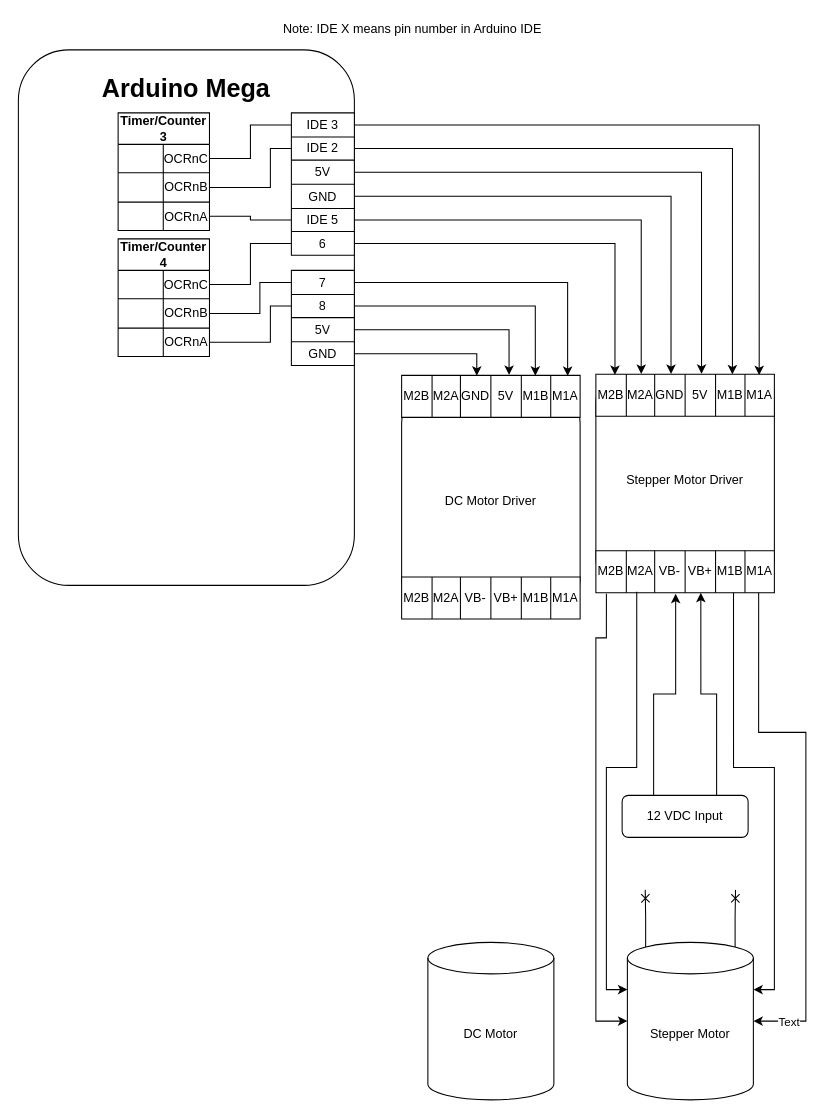
Before: Untitled Diagram.drawio in anthonybuo/TheComoonicators, a draw.io diagram. Source tidied: cells renumbered, new cells numbered last; positions are measured from the earlier drawing's top-left corner, leaving out a move shared by most shapes. Both pictures are drawn from the tidied source at 105%, with x=0, y=0 at pixel (18, 18).
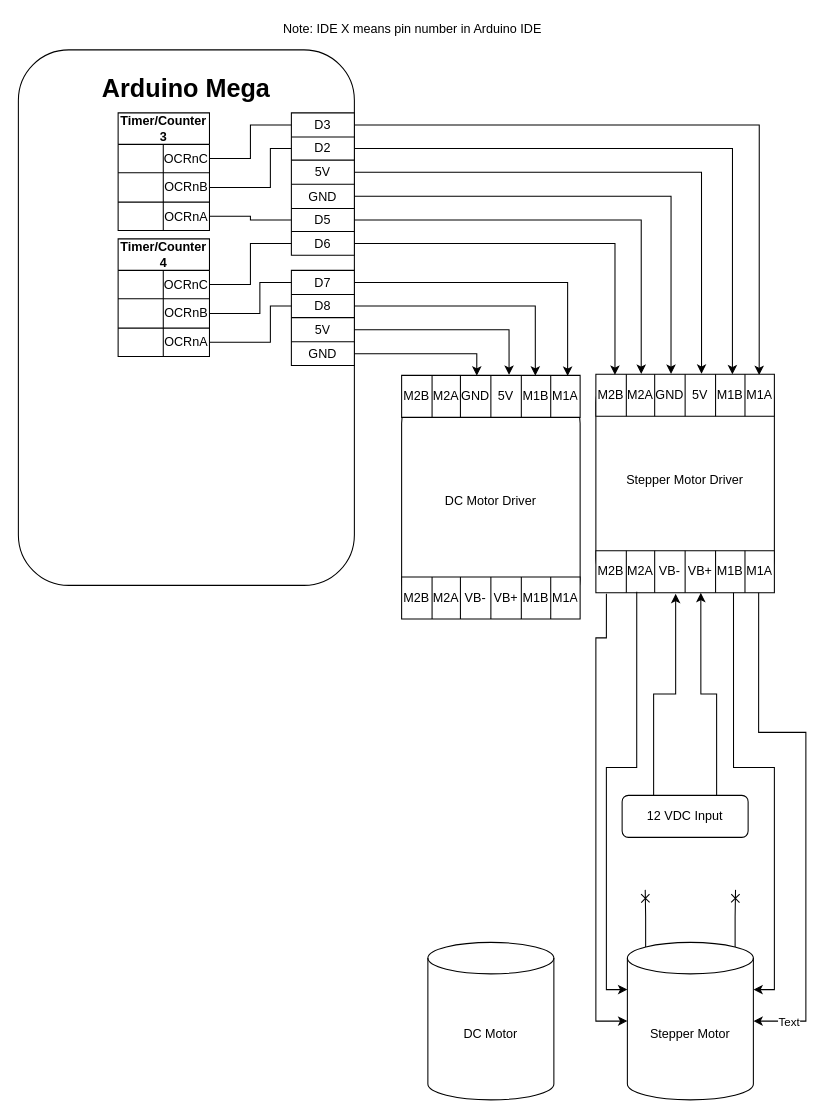
The same page after the edit.

Commit message:
fixed pin numbering

The change refers to these unchanged cells:
```xml
<mxCell id="10" style="shape=partialRectangle;html=1;whiteSpace=wrap;fillColor=none;top=0;left=0;bottom=0;right=0;points=[[0,0.5],[1,0.5]];portConstraint=eastwest;" parent="9" vertex="1">
  <mxGeometry width="60" height="23" as="geometry" />
</mxCell>
<mxCell id="12" style="shape=partialRectangle;html=1;whiteSpace=wrap;fillColor=none;top=0;left=0;bottom=0;right=0;points=[[0,0.5],[1,0.5]];portConstraint=eastwest;" parent="9" vertex="1">
  <mxGeometry y="23" width="60" height="22" as="geometry" />
</mxCell>
<mxCell id="18" style="shape=partialRectangle;html=1;whiteSpace=wrap;fillColor=none;top=0;left=0;bottom=0;right=0;points=[[0,0.5],[1,0.5]];portConstraint=eastwest;" parent="9" vertex="1">
  <mxGeometry y="91" width="60" height="22" as="geometry" />
</mxCell>
<mxCell id="20" style="shape=partialRectangle;html=1;whiteSpace=wrap;fillColor=none;top=0;left=0;bottom=0;right=0;points=[[0,0.5],[1,0.5]];portConstraint=eastwest;" parent="9" vertex="1">
  <mxGeometry y="113" width="60" height="23" as="geometry" />
</mxCell>
<mxCell id="23" style="shape=partialRectangle;html=1;whiteSpace=wrap;fillColor=none;top=0;left=0;bottom=0;right=0;points=[[0,0.5],[1,0.5]];portConstraint=eastwest;" parent="22" vertex="1">
  <mxGeometry width="60" height="23" as="geometry" />
</mxCell>
<mxCell id="25" style="shape=partialRectangle;html=1;whiteSpace=wrap;fillColor=none;top=0;left=0;bottom=0;right=0;points=[[0,0.5],[1,0.5]];portConstraint=eastwest;" parent="22" vertex="1">
  <mxGeometry y="23" width="60" height="22" as="geometry" />
</mxCell>
```

Diff of the diagram source:
```diff
@@
-    <mxCell id="11" value="IDE 3" style="shape=partialRectangle;html=1;whiteSpace=wrap;fillColor=none;top=0;left=0;bottom=0;right=0;overflow=hidden;" parent="10" vertex="1">
+    <mxCell id="11" value="D3" style="shape=partialRectangle;html=1;whiteSpace=wrap;fillColor=none;top=0;left=0;bottom=0;right=0;overflow=hidden;" parent="10" vertex="1">
       <mxGeometry width="60" height="23" as="geometry" />
     </mxCell>
@@
-    <mxCell id="13" value="IDE 2" style="shape=partialRectangle;html=1;whiteSpace=wrap;fillColor=none;top=0;left=0;bottom=0;right=0;overflow=hidden;" parent="12" vertex="1">
+    <mxCell id="13" value="D2" style="shape=partialRectangle;html=1;whiteSpace=wrap;fillColor=none;top=0;left=0;bottom=0;right=0;overflow=hidden;" parent="12" vertex="1">
       <mxGeometry width="60" height="22" as="geometry" />
     </mxCell>
@@
-    <mxCell id="19" value="IDE 5" style="shape=partialRectangle;html=1;whiteSpace=wrap;fillColor=none;top=0;left=0;bottom=0;right=0;overflow=hidden;" parent="18" vertex="1">
+    <mxCell id="19" value="D5" style="shape=partialRectangle;html=1;whiteSpace=wrap;fillColor=none;top=0;left=0;bottom=0;right=0;overflow=hidden;" parent="18" vertex="1">
       <mxGeometry width="60" height="22" as="geometry" />
     </mxCell>
@@
-    <mxCell id="21" value="6" style="shape=partialRectangle;html=1;whiteSpace=wrap;fillColor=none;top=0;left=0;bottom=0;right=0;overflow=hidden;" parent="20" vertex="1">
+    <mxCell id="21" value="D6" style="shape=partialRectangle;html=1;whiteSpace=wrap;fillColor=none;top=0;left=0;bottom=0;right=0;overflow=hidden;" parent="20" vertex="1">
       <mxGeometry width="60" height="23" as="geometry" />
     </mxCell>
@@
-    <mxCell id="24" value="7" style="shape=partialRectangle;html=1;whiteSpace=wrap;fillColor=none;top=0;left=0;bottom=0;right=0;overflow=hidden;" parent="23" vertex="1">
+    <mxCell id="24" value="D7" style="shape=partialRectangle;html=1;whiteSpace=wrap;fillColor=none;top=0;left=0;bottom=0;right=0;overflow=hidden;" parent="23" vertex="1">
       <mxGeometry width="60" height="23" as="geometry" />
     </mxCell>
@@
-    <mxCell id="26" value="8" style="shape=partialRectangle;html=1;whiteSpace=wrap;fillColor=none;top=0;left=0;bottom=0;right=0;overflow=hidden;" parent="25" vertex="1">
+    <mxCell id="26" value="D8" style="shape=partialRectangle;html=1;whiteSpace=wrap;fillColor=none;top=0;left=0;bottom=0;right=0;overflow=hidden;" parent="25" vertex="1">
       <mxGeometry width="60" height="22" as="geometry" />
     </mxCell>
```
